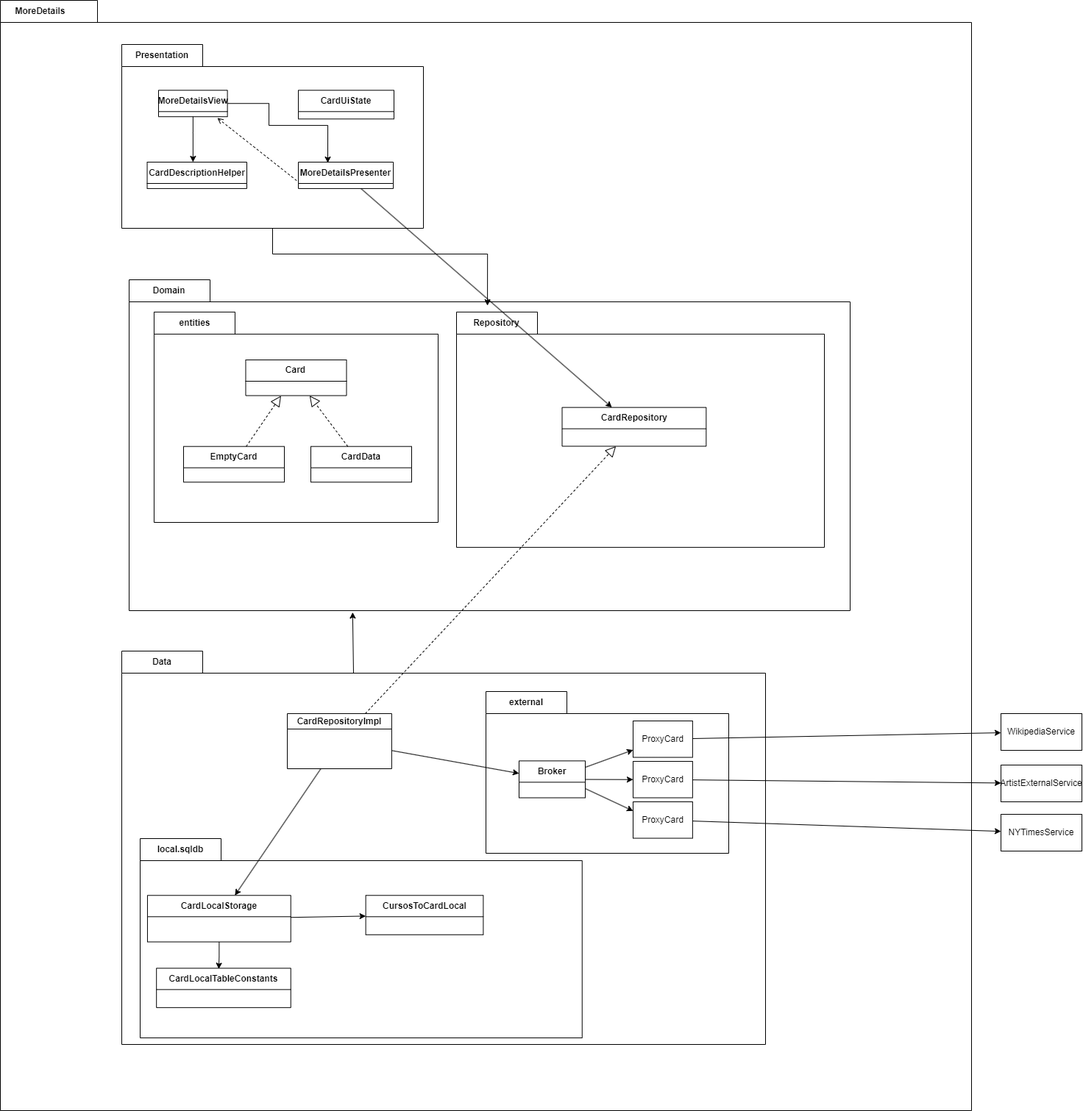
Earlier version of the draw.io export docs/MVP-DiagramClass.png (elagarrigue/AyDS23-Lisboa5). Source tidied: cells renumbered, new cells last; positions are measured from the earlier drawing's top-left corner, leaving out a move shared by most shapes.
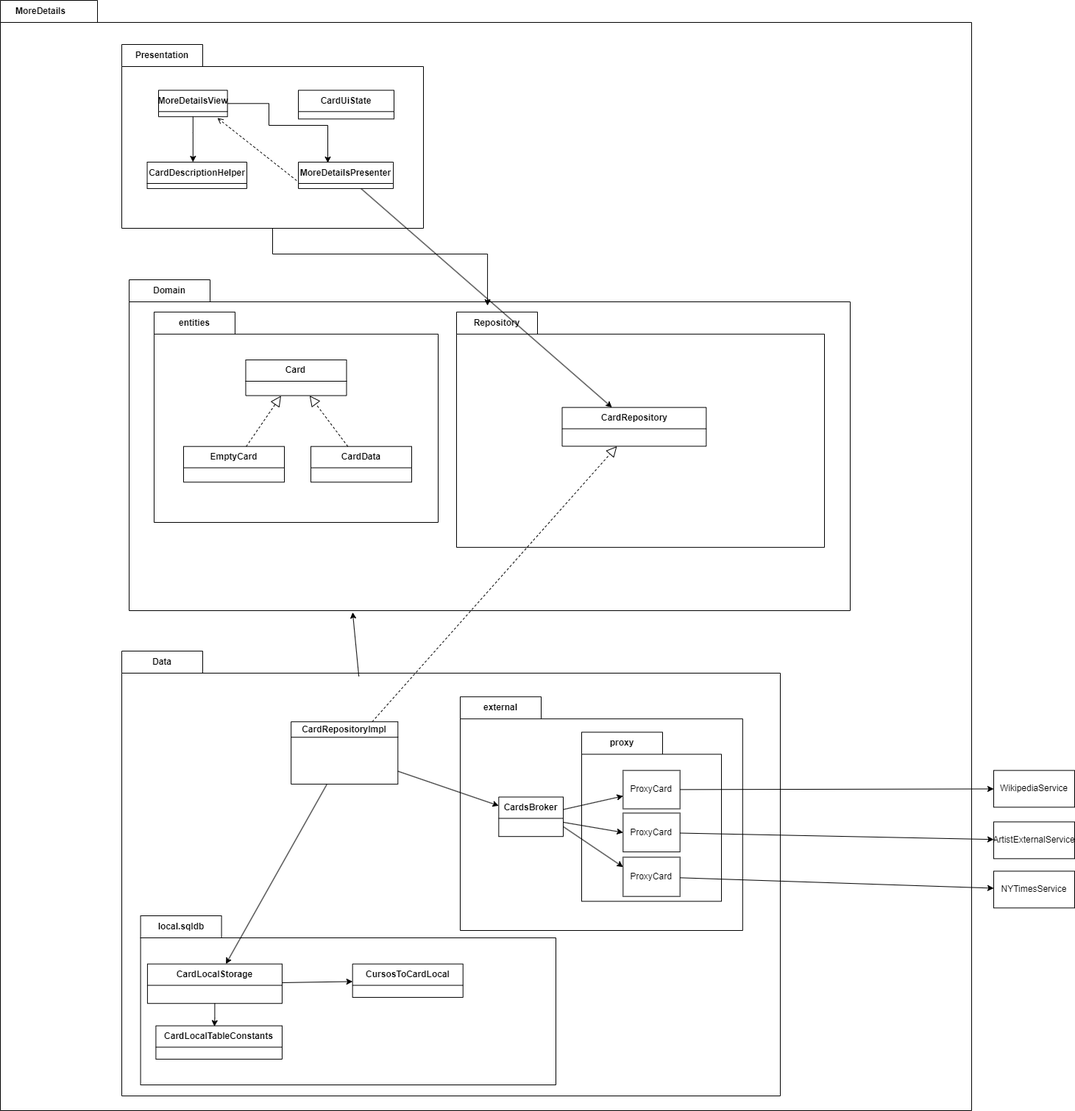
The same diagram one commit later.

Commit message:
class diagram updated

The edit, as a diff of the source:
```diff
@@ -3,7 +3,7 @@
     <mxCell id="0" />
     <mxCell id="1" parent="0" />
     <mxCell id="2" value="MoreDetails" style="shape=folder;fontStyle=1;tabWidth=110;tabHeight=30;tabPosition=left;html=1;boundedLbl=1;labelInHeader=1;whiteSpace=wrap;" parent="1" vertex="1">
-      <mxGeometry width="1320" height="1510" as="geometry" />
+      <mxGeometry x="10" y="-77.3" width="1320" height="1510" as="geometry" />
     </mxCell>
     <mxCell id="3" style="html=1;strokeColor=none;fillColor=none;whiteSpace=wrap;" parent="2" vertex="1">
       <mxGeometry width="1320" height="1057" relative="1" as="geometry">
@@ -11,21 +11,21 @@
       </mxGeometry>
     </mxCell>
     <mxCell id="4" value="Data" style="shape=folder;fontStyle=1;tabWidth=110;tabHeight=30;tabPosition=left;html=1;boundedLbl=1;labelInHeader=1;whiteSpace=wrap;" parent="2" vertex="1">
-      <mxGeometry x="165" y="885" width="875" height="535" as="geometry" />
+      <mxGeometry x="165" y="885" width="895" height="605" as="geometry" />
     </mxCell>
     <mxCell id="5" style="html=1;strokeColor=none;fillColor=none;whiteSpace=wrap;" parent="4" vertex="1">
-      <mxGeometry width="801.4" height="389.36" relative="1" as="geometry">
+      <mxGeometry width="819.72" height="440.31" relative="1" as="geometry">
         <mxPoint y="120" as="offset" />
       </mxGeometry>
     </mxCell>
     <mxCell id="6" value="CardRepositoryImpl" style="swimlane;fontStyle=1;align=center;verticalAlign=middle;horizontal=1;startSize=21;html=1;whiteSpace=wrap;" parent="4" vertex="1">
-      <mxGeometry x="225" y="85" width="141.9" height="75" as="geometry" />
+      <mxGeometry x="230.1" y="96.2" width="145.1" height="84.8" as="geometry" />
     </mxCell>
     <mxCell id="7" value="local.sqldb" style="shape=folder;fontStyle=1;tabWidth=110;tabHeight=30;tabPosition=left;html=1;boundedLbl=1;labelInHeader=1;whiteSpace=wrap;" parent="4" vertex="1">
-      <mxGeometry x="25" y="255" width="600.8" height="271.1" as="geometry" />
+      <mxGeometry x="25.6" y="360" width="564.4" height="230" as="geometry" />
     </mxCell>
     <mxCell id="8" style="html=1;strokeColor=none;fillColor=none;whiteSpace=wrap;" parent="7" vertex="1">
-      <mxGeometry width="600.76" height="189.75" relative="1" as="geometry">
+      <mxGeometry width="564.43" height="161" relative="1" as="geometry">
         <mxPoint y="30" as="offset" />
       </mxGeometry>
     </mxCell>
@@ -33,46 +33,54 @@
       <mxGeometry relative="1" as="geometry" />
     </mxCell>
     <mxCell id="10" value="CardLocalStorage" style="swimlane;fontStyle=1;align=center;verticalAlign=middle;horizontal=1;startSize=29;html=1;whiteSpace=wrap;" parent="7" vertex="1">
-      <mxGeometry x="10" y="77.3" width="194.8" height="63.2" as="geometry" />
+      <mxGeometry x="9.3" y="65.6" width="183" height="53.7" as="geometry" />
     </mxCell>
     <mxCell id="11" value="CursosToCardLocal" style="swimlane;fontStyle=1;align=center;verticalAlign=middle;horizontal=1;startSize=29;html=1;whiteSpace=wrap;" parent="7" vertex="1">
-      <mxGeometry x="306.6" y="77.3" width="159.7" height="53.5" as="geometry" />
+      <mxGeometry x="288.1" y="65.6" width="150.1" height="45.4" as="geometry" />
     </mxCell>
     <mxCell id="12" style="endArrow=classic;html=1;rounded=0;" parent="7" edge="1" source="10" target="11">
       <mxGeometry relative="1" as="geometry" />
     </mxCell>
     <mxCell id="13" value="CardLocalTableConstants" style="swimlane;fontStyle=1;align=center;verticalAlign=middle;horizontal=1;startSize=29;html=1;whiteSpace=wrap;" parent="7" vertex="1">
-      <mxGeometry x="22.2" y="176.4" width="182.6" height="53.5" as="geometry" />
+      <mxGeometry x="20.8" y="149.6" width="171.5" height="45.4" as="geometry" />
     </mxCell>
     <mxCell id="14" style="endArrow=classic;html=1;rounded=0;" parent="4" edge="1" source="6" target="10">
       <mxGeometry relative="1" as="geometry" />
     </mxCell>
     <mxCell id="15" value="external" style="shape=folder;fontStyle=1;tabWidth=110;tabHeight=30;tabPosition=left;html=1;boundedLbl=1;labelInHeader=1;whiteSpace=wrap;" parent="4" vertex="1">
-      <mxGeometry x="495" y="55" width="330" height="220" as="geometry" />
+      <mxGeometry x="460" y="62.2" width="383.9" height="317.8" as="geometry" />
     </mxCell>
     <mxCell id="16" style="html=1;strokeColor=none;fillColor=none;whiteSpace=wrap;" parent="15" vertex="1">
-      <mxGeometry width="330" height="154" relative="1" as="geometry">
+      <mxGeometry width="383.86" height="222.46" relative="1" as="geometry">
         <mxPoint y="30" as="offset" />
       </mxGeometry>
     </mxCell>
-    <mxCell id="17" value="Broker" style="swimlane;fontStyle=1;align=center;verticalAlign=middle;horizontal=1;startSize=29;html=1;whiteSpace=wrap;" parent="15" vertex="1">
-      <mxGeometry x="45" y="94.3" width="90" height="50.2" as="geometry" />
+    <mxCell id="17" value="CardsBroker" style="swimlane;fontStyle=1;align=center;verticalAlign=middle;horizontal=1;startSize=29;html=1;whiteSpace=wrap;" parent="15" vertex="1">
+      <mxGeometry x="52.3" y="136.3" width="87.7" height="53.7" as="geometry" />
     </mxCell>
+    <mxCell id="56" value="proxy" style="shape=folder;fontStyle=1;tabWidth=110;tabHeight=30;tabPosition=left;html=1;boundedLbl=1;labelInHeader=1;whiteSpace=wrap;" parent="15" vertex="1">
+      <mxGeometry x="165" y="48.1" width="190" height="230" as="geometry" />
+    </mxCell>
+    <mxCell id="57" style="html=1;strokeColor=none;fillColor=none;whiteSpace=wrap;" parent="56" vertex="1">
+      <mxGeometry width="190" height="161" relative="1" as="geometry">
+        <mxPoint y="30" as="offset" />
+      </mxGeometry>
+    </mxCell>
-    <mxCell id="18" value="ProxyCard" style="html=1;whiteSpace=wrap;" parent="15" vertex="1">
-      <mxGeometry x="200" y="40" width="80.9" height="49.5" as="geometry" />
+    <mxCell id="18" value="ProxyCard" style="html=1;whiteSpace=wrap;" parent="56" vertex="1">
+      <mxGeometry x="56.3" y="52" width="77.4" height="52.2" as="geometry" />
     </mxCell>
+    <mxCell id="20" value="ProxyCard" style="html=1;whiteSpace=wrap;" parent="56" vertex="1">
+      <mxGeometry x="56.3" y="110" width="77.4" height="52.8" as="geometry" />
+    </mxCell>
+    <mxCell id="22" value="ProxyCard" style="html=1;whiteSpace=wrap;" parent="56" vertex="1">
+      <mxGeometry x="56.3" y="170" width="77.4" height="53.3" as="geometry" />
+    </mxCell>
     <mxCell id="19" style="endArrow=classic;html=1;rounded=0;" parent="15" edge="1" source="17" target="18">
       <mxGeometry relative="1" as="geometry" />
     </mxCell>
-    <mxCell id="20" value="ProxyCard" style="html=1;whiteSpace=wrap;" parent="15" vertex="1">
-      <mxGeometry x="200" y="95" width="80.9" height="49.5" as="geometry" />
-    </mxCell>
     <mxCell id="21" style="endArrow=classic;html=1;rounded=0;entryX=0;entryY=0.5;entryDx=0;entryDy=0;" parent="15" edge="1" source="17" target="20">
       <mxGeometry relative="1" as="geometry" />
     </mxCell>
-    <mxCell id="22" value="ProxyCard" style="html=1;whiteSpace=wrap;" parent="15" vertex="1">
-      <mxGeometry x="200" y="150" width="80.9" height="49.5" as="geometry" />
-    </mxCell>
     <mxCell id="23" style="endArrow=classic;html=1;rounded=0;entryX=0;entryY=0.25;entryDx=0;entryDy=0;exitX=1;exitY=0.75;exitDx=0;exitDy=0;" parent="15" edge="1" source="17" target="22">
       <mxGeometry relative="1" as="geometry" />
     </mxCell>
```
